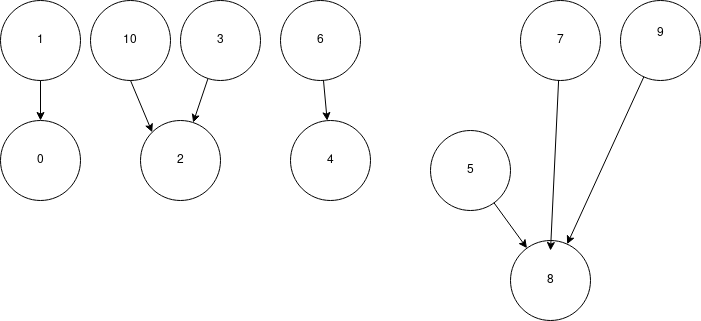
Earlier version of the draw.io export partition/src/schema_actuel.png (LilianHERTEL/Labyrinthe-parcours-en-C). Source tidied: cells renumbered, new cells last; positions are measured from the earlier drawing's top-left corner, leaving out a move shared by most shapes. Its diagram source:
```xml
<mxGraphModel>
  <root>
    <mxCell id="0" />
    <mxCell id="1" parent="0" />
    <mxCell id="2" value="1" style="ellipse;whiteSpace=wrap;html=1;" parent="1" vertex="1">
      <mxGeometry width="80" height="80" as="geometry" />
    </mxCell>
    <mxCell id="3" value="6" style="ellipse;whiteSpace=wrap;html=1;" parent="1" vertex="1">
      <mxGeometry x="280" width="80" height="80" as="geometry" />
    </mxCell>
    <mxCell id="4" value="2" style="ellipse;whiteSpace=wrap;html=1;" parent="1" vertex="1">
      <mxGeometry x="140" y="120" width="80" height="80" as="geometry" />
    </mxCell>
    <mxCell id="5" value="3" style="ellipse;whiteSpace=wrap;html=1;" parent="1" vertex="1">
      <mxGeometry x="180" width="80" height="80" as="geometry" />
    </mxCell>
    <mxCell id="6" value="&lt;div&gt;0&lt;/div&gt;" style="ellipse;whiteSpace=wrap;html=1;" parent="1" vertex="1">
      <mxGeometry y="120" width="80" height="80" as="geometry" />
    </mxCell>
    <mxCell id="7" value="10" style="ellipse;whiteSpace=wrap;html=1;" parent="1" vertex="1">
      <mxGeometry x="90" width="80" height="80" as="geometry" />
    </mxCell>
    <mxCell id="8" value="8" style="ellipse;whiteSpace=wrap;html=1;" parent="1" vertex="1">
      <mxGeometry x="510" y="240" width="80" height="80" as="geometry" />
    </mxCell>
    <mxCell id="9" value="5" style="ellipse;whiteSpace=wrap;html=1;" parent="1" vertex="1">
      <mxGeometry x="430" y="130" width="80" height="80" as="geometry" />
    </mxCell>
    <mxCell id="10" value="4" style="ellipse;whiteSpace=wrap;html=1;" parent="1" vertex="1">
      <mxGeometry x="290" y="120" width="80" height="80" as="geometry" />
    </mxCell>
    <mxCell id="11" value="&lt;div&gt;9&lt;/div&gt;&lt;div&gt;&lt;br&gt;&lt;/div&gt;" style="ellipse;whiteSpace=wrap;html=1;" parent="1" vertex="1">
      <mxGeometry x="620" width="80" height="80" as="geometry" />
    </mxCell>
    <mxCell id="12" value="&lt;div&gt;7&lt;/div&gt;" style="ellipse;whiteSpace=wrap;html=1;" parent="1" vertex="1">
      <mxGeometry x="520" width="80" height="80" as="geometry" />
    </mxCell>
    <mxCell id="13" style="endArrow=classic;html=1;" parent="1" edge="1" source="9" target="8">
      <mxGeometry relative="1" as="geometry" />
    </mxCell>
    <mxCell id="14" style="endArrow=classic;html=1;" parent="1" edge="1" source="12">
      <mxGeometry relative="1" as="geometry">
        <mxPoint x="550" y="250" as="targetPoint" />
      </mxGeometry>
    </mxCell>
    <mxCell id="15" style="endArrow=classic;html=1;" parent="1" edge="1" source="11" target="8">
      <mxGeometry relative="1" as="geometry" />
    </mxCell>
    <mxCell id="16" style="endArrow=classic;html=1;exitX=0.5;exitY=1;exitDx=0;exitDy=0;entryX=0;entryY=0;entryDx=0;entryDy=0;" parent="1" edge="1" source="7" target="4">
      <mxGeometry relative="1" as="geometry" />
    </mxCell>
    <mxCell id="17" style="endArrow=classic;html=1;" parent="1" edge="1" source="5" target="4">
      <mxGeometry relative="1" as="geometry" />
    </mxCell>
    <mxCell id="18" style="endArrow=classic;html=1;exitX=0.5;exitY=1;exitDx=0;exitDy=0;" parent="1" edge="1" source="2">
      <mxGeometry relative="1" as="geometry">
        <mxPoint x="40" y="120" as="targetPoint" />
      </mxGeometry>
    </mxCell>
    <mxCell id="19" style="endArrow=classic;html=1;" parent="1" edge="1" source="3" target="10">
      <mxGeometry relative="1" as="geometry" />
    </mxCell>
  </root>
</mxGraphModel>
```
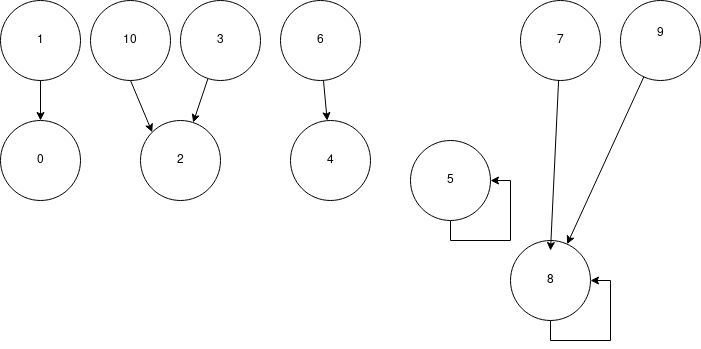
Above is the later version.

Commit message:
schema qui va avec le commit precedent

Diff of the diagram source:
```diff
@@ -23,8 +23,11 @@
     <mxCell id="8" value="8" style="ellipse;whiteSpace=wrap;html=1;" parent="1" vertex="1">
       <mxGeometry x="510" y="240" width="80" height="80" as="geometry" />
     </mxCell>
+    <mxCell id="20" style="edgeStyle=orthogonalEdgeStyle;rounded=0;orthogonalLoop=1;jettySize=auto;html=1;exitX=0.5;exitY=1;exitDx=0;exitDy=0;entryX=1;entryY=0.5;entryDx=0;entryDy=0;" parent="1" edge="1" source="9" target="9">
+      <mxGeometry relative="1" as="geometry" />
+    </mxCell>
     <mxCell id="9" value="5" style="ellipse;whiteSpace=wrap;html=1;" parent="1" vertex="1">
-      <mxGeometry x="430" y="130" width="80" height="80" as="geometry" />
+      <mxGeometry x="410" y="140" width="80" height="80" as="geometry" />
     </mxCell>
     <mxCell id="10" value="4" style="ellipse;whiteSpace=wrap;html=1;" parent="1" vertex="1">
       <mxGeometry x="290" y="120" width="80" height="80" as="geometry" />
@@ -35,9 +38,6 @@
     <mxCell id="12" value="&lt;div&gt;7&lt;/div&gt;" style="ellipse;whiteSpace=wrap;html=1;" parent="1" vertex="1">
       <mxGeometry x="520" width="80" height="80" as="geometry" />
     </mxCell>
-    <mxCell id="13" style="endArrow=classic;html=1;" parent="1" edge="1" source="9" target="8">
-      <mxGeometry relative="1" as="geometry" />
-    </mxCell>
     <mxCell id="14" style="endArrow=classic;html=1;" parent="1" edge="1" source="12">
       <mxGeometry relative="1" as="geometry">
         <mxPoint x="550" y="250" as="targetPoint" />
@@ -60,5 +60,8 @@
     <mxCell id="19" style="endArrow=classic;html=1;" parent="1" edge="1" source="3" target="10">
       <mxGeometry relative="1" as="geometry" />
     </mxCell>
+    <mxCell id="21" style="edgeStyle=orthogonalEdgeStyle;rounded=0;orthogonalLoop=1;jettySize=auto;html=1;exitX=0.5;exitY=1;exitDx=0;exitDy=0;entryX=1;entryY=0.5;entryDx=0;entryDy=0;" parent="1" edge="1" source="8" target="8">
+      <mxGeometry relative="1" as="geometry" />
+    </mxCell>
   </root>
 </mxGraphModel>
```
